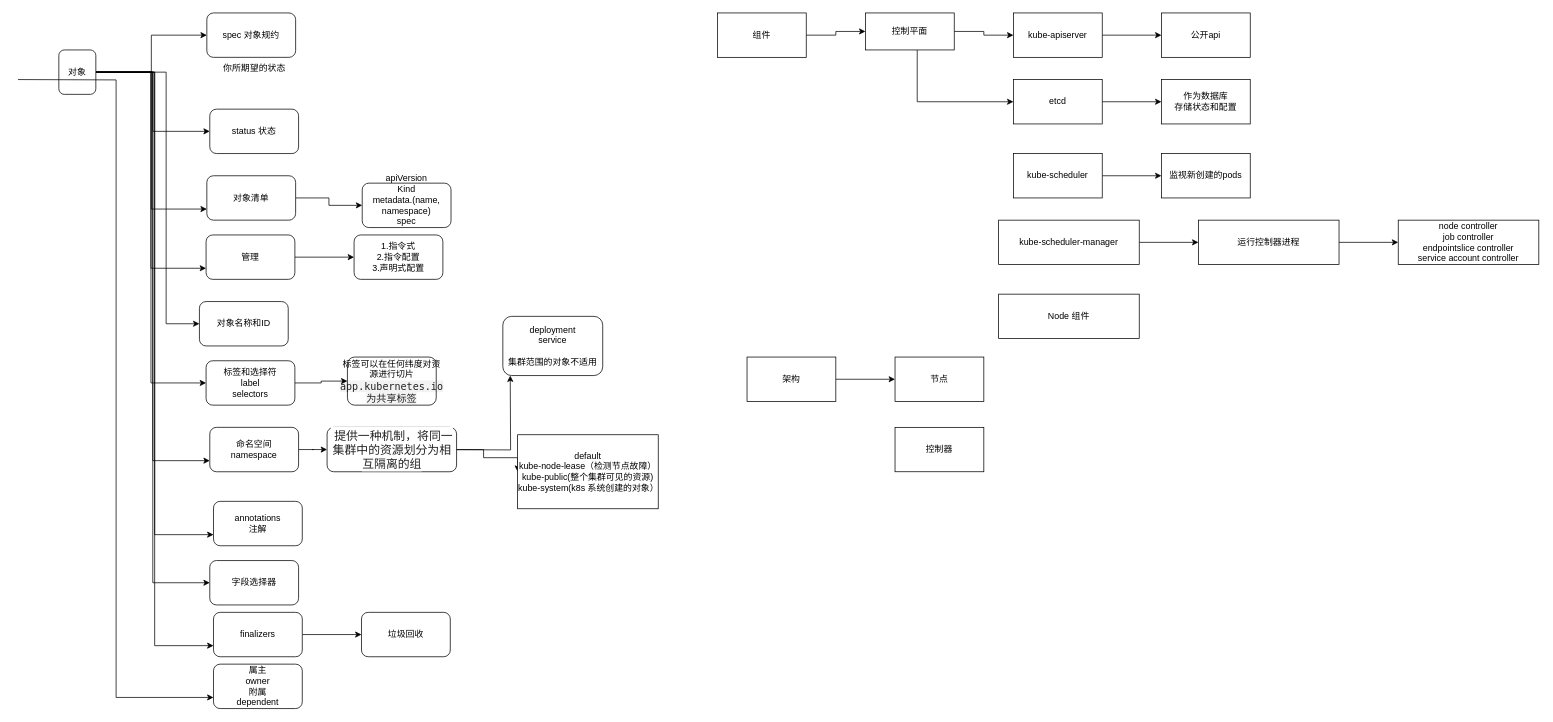
This is k8s.drawio from onlyonedaniel/wiki, a draw.io file, before an edit. Source tidied: cells renumbered, new cells numbered last; positions are measured from the earlier drawing's top-left corner, leaving out a move shared by most shapes. Both pictures are drawn from the tidied source at 74%, with x=0, y=0 at pixel (18, 13).
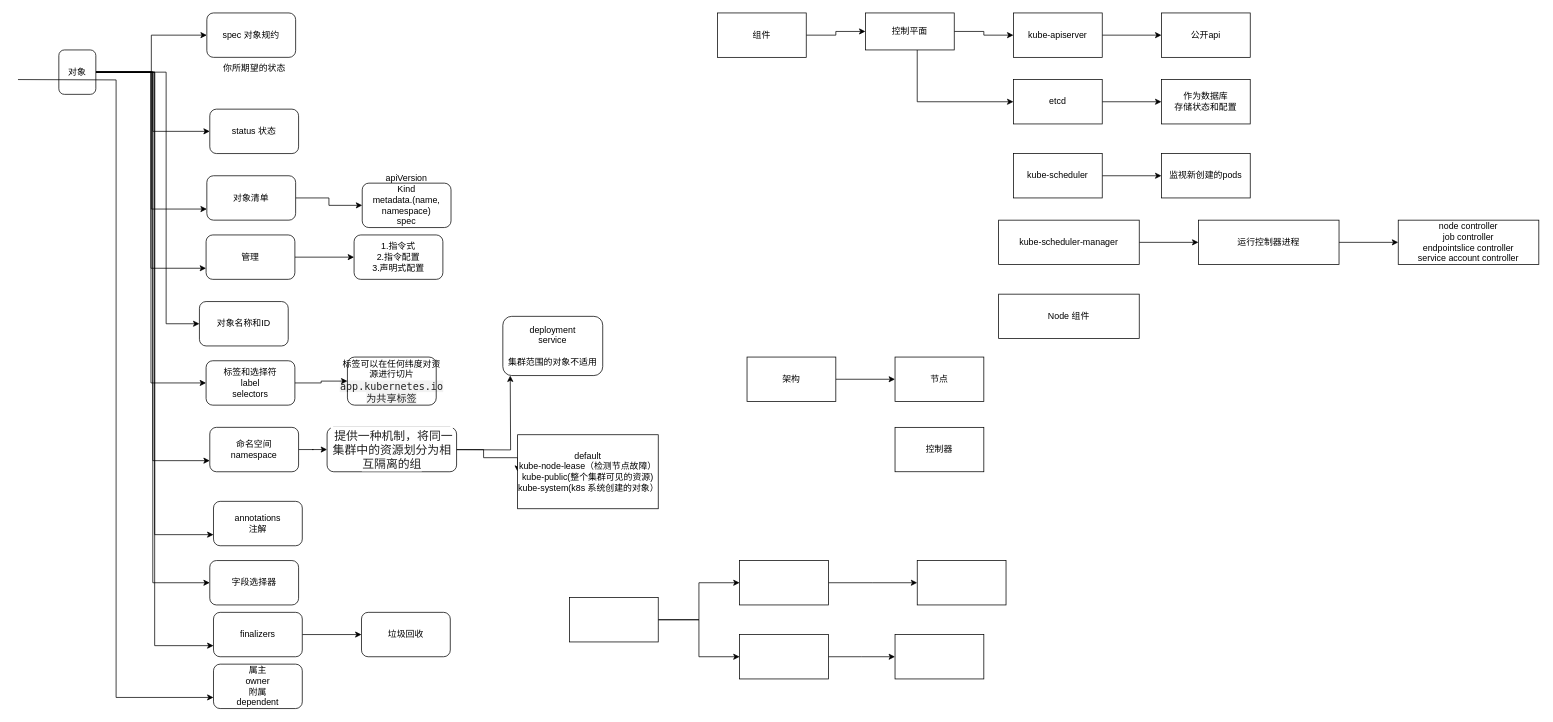
After the change.

Diff of the diagram source:
```diff
@@
+    <mxCell id="64" style="edgeStyle=orthogonalEdgeStyle;rounded=0;jettySize=auto;html=1;" parent="1" edge="1" source="65">
+      <mxGeometry relative="1" as="geometry">
+        <mxPoint x="1185" y="870" as="targetPoint" />
+      </mxGeometry>
+    </mxCell>
+    <mxCell id="65" style="rounded=0;whiteSpace=wrap;html=1;" parent="1" vertex="1">
+      <mxGeometry x="975" y="840" width="120" height="60" as="geometry" />
+    </mxCell>
+    <mxCell id="66" style="edgeStyle=orthogonalEdgeStyle;rounded=0;jettySize=auto;html=1;" parent="1" edge="1" source="67">
+      <mxGeometry relative="1" as="geometry">
+        <mxPoint x="1215" y="770" as="targetPoint" />
+      </mxGeometry>
+    </mxCell>
+    <mxCell id="67" style="rounded=0;whiteSpace=wrap;html=1;" parent="1" vertex="1">
+      <mxGeometry x="975" y="740" width="120" height="60" as="geometry" />
+    </mxCell>
+    <mxCell id="68" style="edgeStyle=orthogonalEdgeStyle;rounded=0;jettySize=auto;html=1;entryX=0;entryY=0.5;entryDx=0;entryDy=0;" parent="1" edge="1" source="70" target="67">
+      <mxGeometry relative="1" as="geometry" />
+    </mxCell>
+    <mxCell id="69" style="edgeStyle=orthogonalEdgeStyle;rounded=0;jettySize=auto;html=1;" parent="1" edge="1" source="70" target="65">
+      <mxGeometry relative="1" as="geometry" />
+    </mxCell>
+    <mxCell id="70" style="rounded=0;whiteSpace=wrap;html=1;" parent="1" vertex="1">
+      <mxGeometry x="745" y="790" width="120" height="60" as="geometry" />
+    </mxCell>
+    <mxCell id="71" style="rounded=0;whiteSpace=wrap;html=1;" parent="1" vertex="1">
+      <mxGeometry x="1215" y="740" width="120" height="60" as="geometry" />
+    </mxCell>
+    <mxCell id="72" style="rounded=0;whiteSpace=wrap;html=1;" parent="1" vertex="1">
+      <mxGeometry x="1185" y="840" width="120" height="60" as="geometry" />
+    </mxCell>
```
